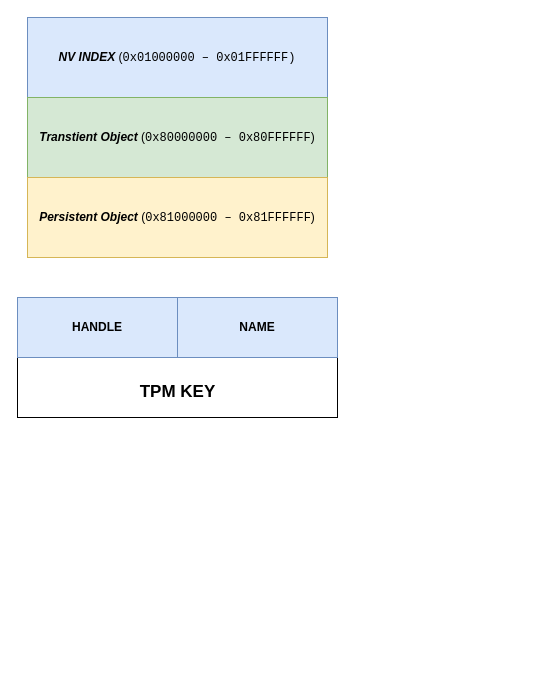
loicsikidi/tpm-pills keeps this draw.io diagram as page "07-pill" (6 of 6) of assets/drawio/tpm-pills.drawio. Above is the earlier version. Source tidied: cells renumbered, new cells numbered last; positions are measured from the earlier drawing's top-left corner, leaving out a move shared by most shapes. Both pictures are drawn from the tidied source at 100%, with x=0, y=0 at pixel (17, 17).
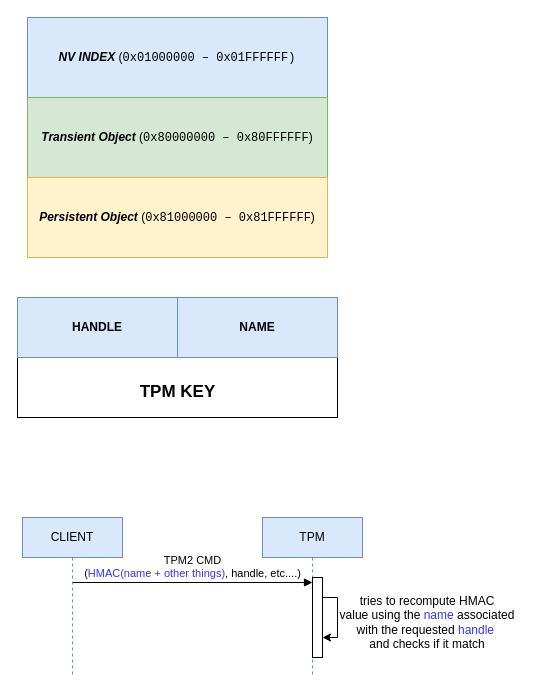
Above is the later version.

The edit, as a diff of the source:
```diff
@@
 <mxGraphModel>
   <root>
     <mxCell id="0" />
     <mxCell id="1" parent="0" />
     <mxCell id="2" value="&lt;b style=&quot;font-style: italic;&quot;&gt;NV INDEX &lt;/b&gt;(&lt;code&gt;0x01000000 – 0x01FFFFFF)&lt;/code&gt;" style="rounded=0;whiteSpace=wrap;html=1;fillColor=#dae8fc;strokeColor=#6c8ebf;" parent="1" vertex="1">
       <mxGeometry x="10" width="300" height="80" as="geometry" />
     </mxCell>
-    <mxCell id="3" value="&lt;b&gt;&lt;i&gt;Transtient Object&lt;/i&gt;&lt;/b&gt; (&lt;span&gt;&lt;code style=&quot;&quot;&gt;0x80000000 – 0x80FFFFFF&lt;/code&gt;&lt;/span&gt;)" style="rounded=0;whiteSpace=wrap;html=1;fillColor=#d5e8d4;strokeColor=#82b366;" parent="1" vertex="1">
+    <mxCell id="3" value="&lt;b&gt;&lt;i&gt;Transient Object&lt;/i&gt;&lt;/b&gt; (&lt;span&gt;&lt;code style=&quot;&quot;&gt;0x80000000 – 0x80FFFFFF&lt;/code&gt;&lt;/span&gt;)" style="rounded=0;whiteSpace=wrap;html=1;fillColor=#d5e8d4;strokeColor=#82b366;" parent="1" vertex="1">
       <mxGeometry x="10" y="80" width="300" height="80" as="geometry" />
     </mxCell>
     <mxCell id="4" value="&lt;b&gt;&lt;i&gt;Persistent Object&lt;/i&gt;&lt;/b&gt; (&lt;code&gt;0x81000000 – 0x81FFFFFF&lt;/code&gt;)" style="rounded=0;whiteSpace=wrap;html=1;fillColor=#fff2cc;strokeColor=#d6b656;" parent="1" vertex="1">
       <mxGeometry x="10" y="160" width="300" height="80" as="geometry" />
     </mxCell>
     <mxCell id="5" style="group;" parent="1" vertex="1">
       <mxGeometry y="280" width="320" height="120" as="geometry" />
     </mxCell>
     <mxCell id="6" style="rounded=0;whiteSpace=wrap;html=1;" parent="5" vertex="1">
       <mxGeometry width="320" height="120" as="geometry" />
     </mxCell>
     <mxCell id="7" value="&lt;b&gt;HANDLE&lt;/b&gt;" style="rounded=0;whiteSpace=wrap;html=1;fillColor=#dae8fc;strokeColor=#6c8ebf;" parent="5" vertex="1">
       <mxGeometry width="160" height="60" as="geometry" />
     </mxCell>
     <mxCell id="8" value="&lt;b&gt;NAME&lt;/b&gt;" style="rounded=0;whiteSpace=wrap;html=1;fillColor=#dae8fc;strokeColor=#6c8ebf;" parent="5" vertex="1">
       <mxGeometry x="160" width="160" height="60" as="geometry" />
     </mxCell>
     <mxCell id="9" value="&lt;b&gt;&lt;font style=&quot;font-size: 17px;&quot;&gt;TPM KEY&lt;/font&gt;&lt;/b&gt;" style="text;html=1;whiteSpace=wrap;strokeColor=none;fillColor=none;align=center;verticalAlign=middle;rounded=0;" parent="5" vertex="1">
       <mxGeometry x="117.5" y="80" width="85" height="30" as="geometry" />
     </mxCell>
+    <mxCell id="10" value="TPM2 CMD&lt;div&gt;(&lt;font style=&quot;color: rgb(51, 51, 255);&quot;&gt;HMAC(name + other things)&lt;/font&gt;, handle, etc....)&lt;/div&gt;" style="html=1;verticalAlign=bottom;endArrow=block;curved=0;rounded=0;entryX=0;entryY=0;entryDx=0;entryDy=5;" parent="1" edge="1" source="11" target="13">
+      <mxGeometry relative="1" as="geometry" />
+    </mxCell>
+    <mxCell id="11" value="CLIENT" style="shape=umlLifeline;perimeter=lifelinePerimeter;whiteSpace=wrap;html=1;outlineConnect=0;portConstraint=eastwest;newEdgeStyle={&quot;curved&quot;:0,&quot;rounded&quot;:0};fillColor=#dae8fc;strokeColor=#6c8ebf;" parent="1" vertex="1">
+      <mxGeometry x="5" y="500" width="100" height="160" as="geometry" />
+    </mxCell>
+    <mxCell id="12" value="TPM" style="shape=umlLifeline;perimeter=lifelinePerimeter;whiteSpace=wrap;html=1;newEdgeStyle={&quot;curved&quot;:0,&quot;rounded&quot;:0};fillColor=#dae8fc;strokeColor=#6c8ebf;" parent="1" vertex="1">
+      <mxGeometry x="245" y="500" width="100" height="160" as="geometry" />
+    </mxCell>
+    <mxCell id="13" style="html=1;points=[[0,0,0,0,5],[0,1,0,0,-5],[1,0,0,0,5],[1,1,0,0,-5]];perimeter=orthogonalPerimeter;outlineConnect=0;targetShapes=umlLifeline;portConstraint=eastwest;newEdgeStyle={&quot;curved&quot;:0,&quot;rounded&quot;:0};" parent="12" vertex="1">
+      <mxGeometry x="50" y="60" width="10" height="80" as="geometry" />
+    </mxCell>
+    <mxCell id="14" style="edgeStyle=orthogonalEdgeStyle;rounded=0;orthogonalLoop=1;jettySize=auto;html=1;curved=0;" parent="12" edge="1" source="13" target="13">
+      <mxGeometry relative="1" as="geometry">
+        <Array as="points">
+          <mxPoint x="75" y="80" />
+        </Array>
+      </mxGeometry>
+    </mxCell>
+    <mxCell id="15" value="tries to recompute HMAC value&lt;span style=&quot;background-color: transparent; color: light-dark(rgb(0, 0, 0), rgb(255, 255, 255));&quot;&gt;&amp;nbsp;using the&amp;nbsp;&lt;/span&gt;&lt;font style=&quot;background-color: transparent; color: rgb(51, 51, 255);&quot;&gt;name&lt;/font&gt;&lt;span style=&quot;background-color: transparent; color: light-dark(rgb(0, 0, 0), rgb(255, 255, 255));&quot;&gt; associated&lt;/span&gt;&lt;div&gt;&lt;div&gt;with the requested &lt;font style=&quot;color: rgb(51, 51, 255);&quot;&gt;handle&lt;/font&gt;&amp;nbsp;&lt;/div&gt;&lt;div&gt;and checks if it match&lt;/div&gt;&lt;/div&gt;" style="text;html=1;whiteSpace=wrap;strokeColor=none;fillColor=none;align=center;verticalAlign=middle;rounded=0;" parent="1" vertex="1">
+      <mxGeometry x="320" y="590" width="180" height="30" as="geometry" />
+    </mxCell>
   </root>
 </mxGraphModel>
```
